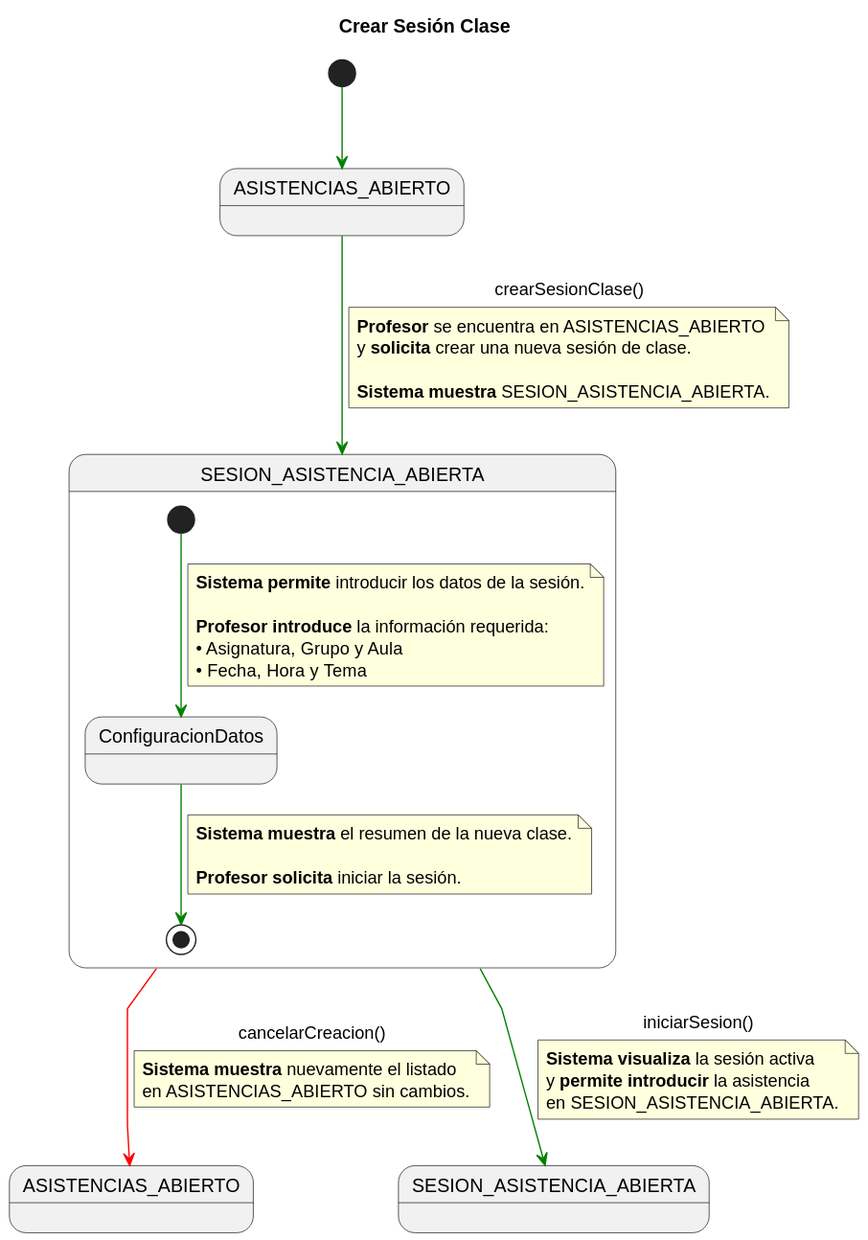
Before: documents/requisitado/02-detalle/Profesor/crearSesionClase.svg, a diagram exported from PlantUML (jerdier/25-26-idsw2-sdVC). Source of this version:
```plantuml
@startuml
title Crear Sesión Clase
skinparam linetype polyline

state ASISTENCIAS_ABIERTO_INICIAL as "ASISTENCIAS_ABIERTO"
state ASISTENCIAS_ABIERTO_FINAL as "ASISTENCIAS_ABIERTO"
state SESION_NUEVA_COMP           as "SESION_ASISTENCIA_ABIERTA"
state SESION_ACTIVA_FINAL         as "SESION_ASISTENCIA_ABIERTA"

[*] -[#green]-> ASISTENCIAS_ABIERTO_INICIAL

ASISTENCIAS_ABIERTO_INICIAL -[#green]-> SESION_NUEVA_COMP : crearSesionClase()
note on link
<b>Profesor</b> se encuentra en ASISTENCIAS_ABIERTO
y <b>solicita</b> crear una nueva sesión de clase.

<b>Sistema muestra</b> SESION_ASISTENCIA_ABIERTA.
end note

state SESION_NUEVA_COMP {

    state ConfiguracionDatos

    [*] -[#green]-> ConfiguracionDatos
    note on link
    <b>Sistema permite</b> introducir los datos de la sesión.

    <b>Profesor introduce</b> la información requerida:
    • Asignatura, Grupo y Aula
    • Fecha, Hora y Tema
    end note

    ConfiguracionDatos -[#green]-> [*]
    note on link
    <b>Sistema muestra</b> el resumen de la nueva clase.

    <b>Profesor solicita</b> iniciar la sesión.
    end note
}

SESION_NUEVA_COMP -[#green]-> SESION_ACTIVA_FINAL : iniciarSesion()
note on link
<b>Sistema visualiza</b> la sesión activa
y <b>permite introducir</b> la asistencia
en SESION_ASISTENCIA_ABIERTA.
end note

SESION_NUEVA_COMP -[#red]-> ASISTENCIAS_ABIERTO_FINAL : cancelarCreacion()
note on link
<b>Sistema muestra</b> nuevamente el listado
en ASISTENCIAS_ABIERTO sin cambios.
end note
@enduml
```
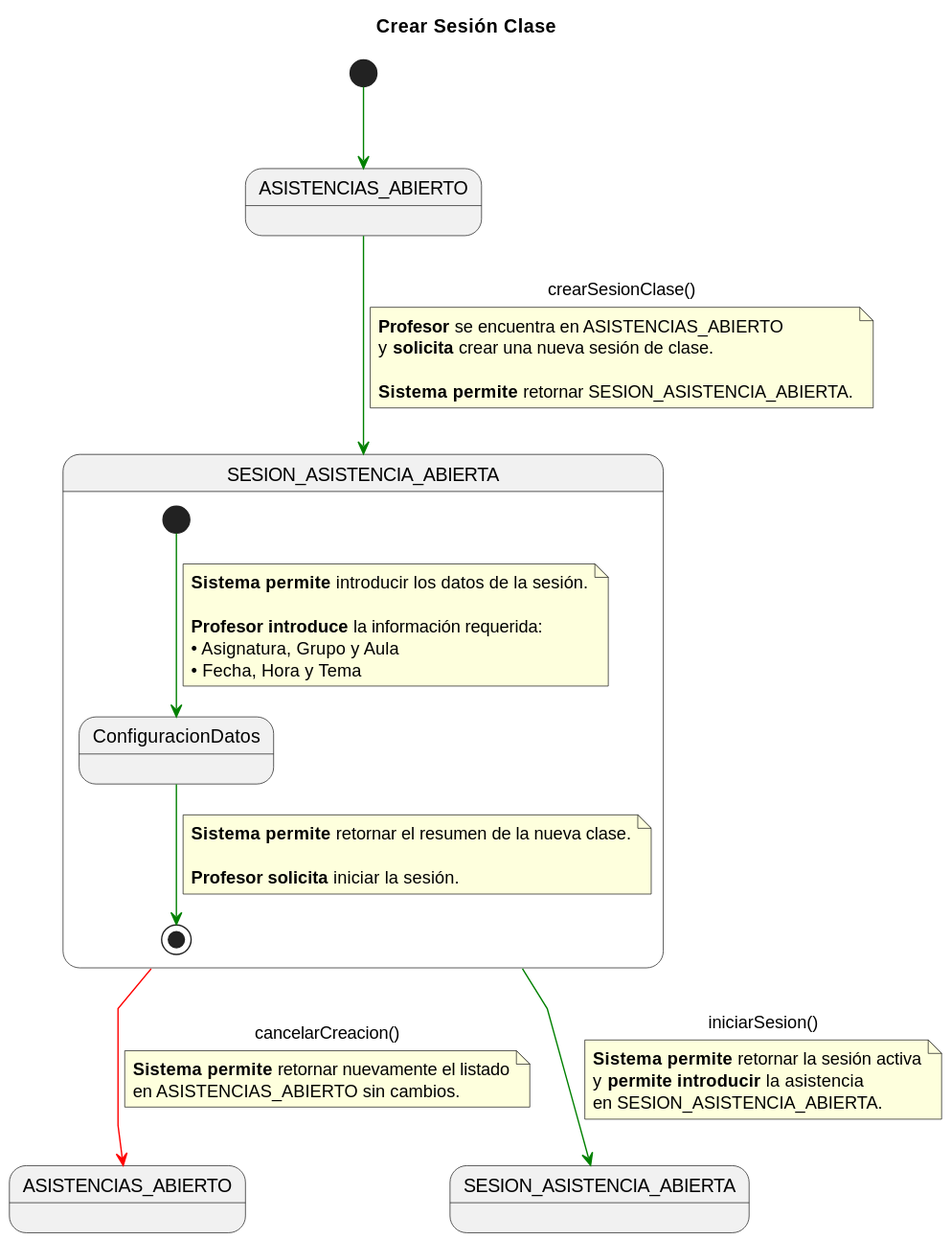
The same diagram one commit later.

Diff of the diagram source:
```diff
@@ -14,7 +14,7 @@
 <b>Profesor</b> se encuentra en ASISTENCIAS_ABIERTO
 y <b>solicita</b> crear una nueva sesión de clase.
 
-<b>Sistema muestra</b> SESION_ASISTENCIA_ABIERTA.
+<b>Sistema permite</b> retornar SESION_ASISTENCIA_ABIERTA.
 end note
 
 state SESION_NUEVA_COMP {
@@ -32,7 +32,7 @@
 
     ConfiguracionDatos -[#green]-> [*]
     note on link
-    <b>Sistema muestra</b> el resumen de la nueva clase.
+    <b>Sistema permite</b> retornar el resumen de la nueva clase.
 
     <b>Profesor solicita</b> iniciar la sesión.
     end note
@@ -40,14 +40,14 @@
 
 SESION_NUEVA_COMP -[#green]-> SESION_ACTIVA_FINAL : iniciarSesion()
 note on link
-<b>Sistema visualiza</b> la sesión activa
+<b>Sistema permite</b> retornar la sesión activa
 y <b>permite introducir</b> la asistencia
 en SESION_ASISTENCIA_ABIERTA.
 end note
 
 SESION_NUEVA_COMP -[#red]-> ASISTENCIAS_ABIERTO_FINAL : cancelarCreacion()
 note on link
-<b>Sistema muestra</b> nuevamente el listado
+<b>Sistema permite</b> retornar nuevamente el listado
 en ASISTENCIAS_ABIERTO sin cambios.
 end note
 @enduml
```
